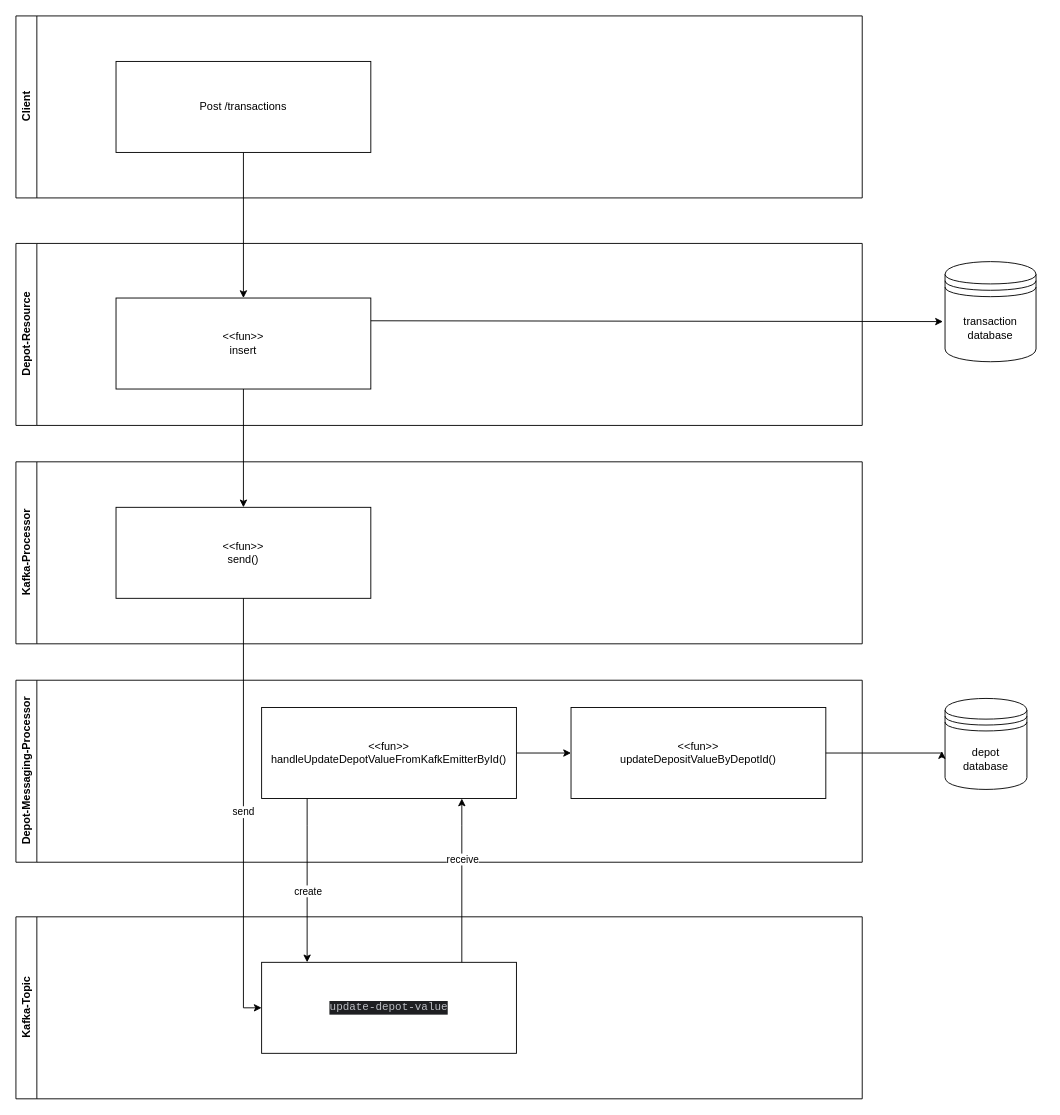
This is docs/diagrams/kafka-design-internal.drawio from FalcarDE/aurumbanking-backend, a draw.io file, before an edit. Source tidied: cells renumbered, new cells numbered last; positions are measured from the earlier drawing's top-left corner, leaving out a move shared by most shapes. Both pictures are drawn from the tidied source at 91%, with x=0, y=0 at pixel (15, 15).
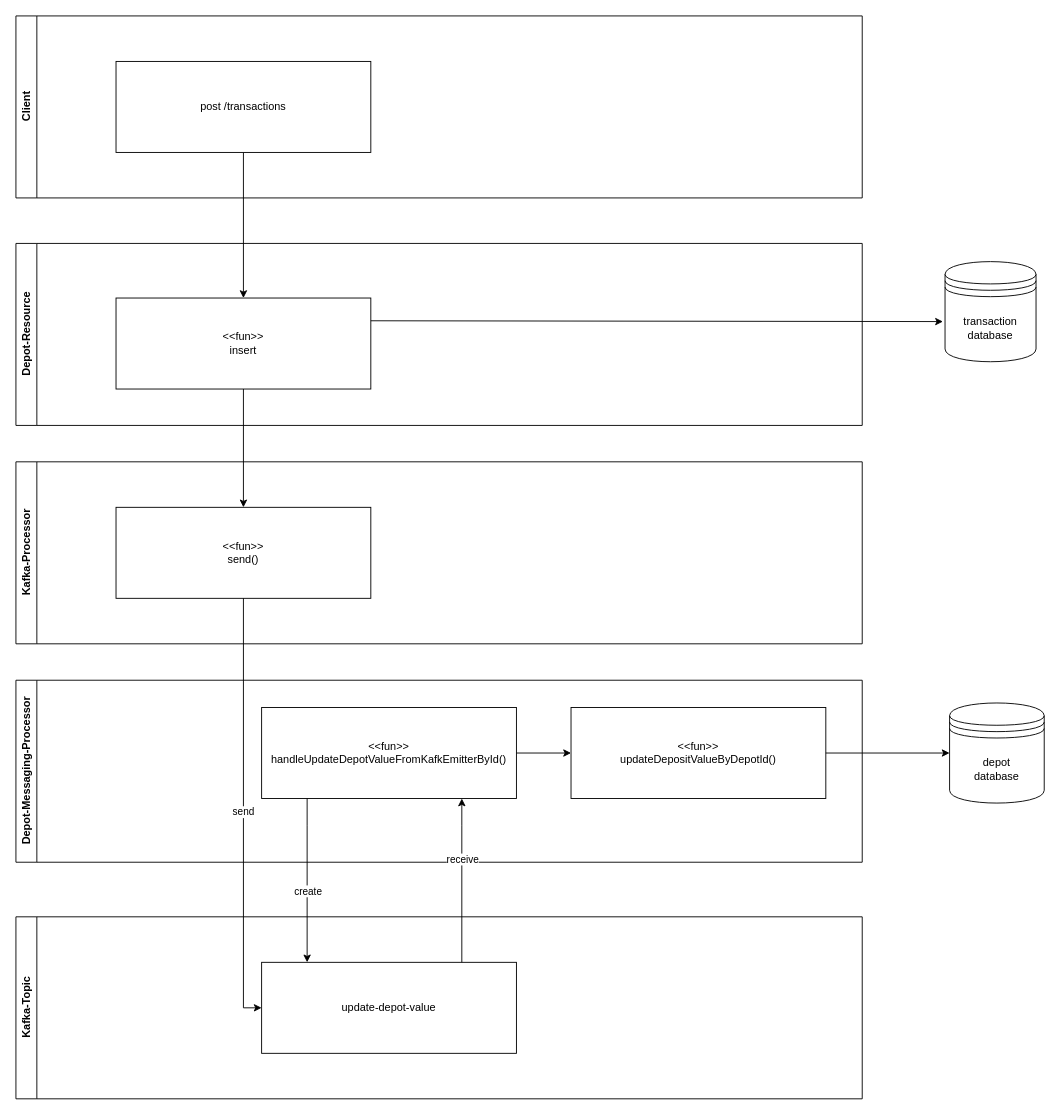
The same page after the edit.

Unchanged cells that the change refers to:
```xml
<mxCell id="5" value="Client" style="swimlane;horizontal=0;whiteSpace=wrap;html=1;" parent="1" vertex="1">
  <mxGeometry width="930" height="200" as="geometry" />
</mxCell>
<mxCell id="9" value="Kafka-Topic" style="swimlane;horizontal=0;whiteSpace=wrap;html=1;" parent="1" vertex="1">
  <mxGeometry y="990" width="930" height="200" as="geometry" />
</mxCell>
<mxCell id="18" value="&amp;lt;&amp;lt;fun&amp;gt;&amp;gt;&lt;br&gt;updateDepositValueByDepotId()" style="rounded=0;whiteSpace=wrap;html=1;" parent="15" vertex="1">
  <mxGeometry x="610" y="30" width="280" height="100" as="geometry" />
</mxCell>
```

The edit, as a diff of the source:
```diff
@@
-    <mxCell id="6" value="Post /transactions" style="rounded=0;whiteSpace=wrap;html=1;" parent="5" vertex="1">
+    <mxCell id="6" value="post /transactions" style="rounded=0;whiteSpace=wrap;html=1;" parent="5" vertex="1">
       <mxGeometry x="110" y="50" width="280" height="100" as="geometry" />
     </mxCell>
@@
-    <mxCell id="10" value="&lt;div style=&quot;background-color:#1e1f22;color:#bcbec4&quot;&gt;&lt;pre style=&quot;font-family:'JetBrains Mono',monospace;font-size:12,0pt;&quot;&gt;update-depot-value&lt;/pre&gt;&lt;/div&gt;" style="rounded=0;whiteSpace=wrap;html=1;" parent="9" vertex="1">
+    <mxCell id="10" value="&lt;div style=&quot;&quot;&gt;&lt;pre style=&quot;&quot;&gt;&lt;span style=&quot;background-color: rgb(255, 255, 255);&quot;&gt;&lt;font face=&quot;Helvetica&quot;&gt;update-depot-value&lt;/font&gt;&lt;/span&gt;&lt;/pre&gt;&lt;/div&gt;" style="rounded=0;whiteSpace=wrap;html=1;" parent="9" vertex="1">
       <mxGeometry x="270" y="50" width="280" height="100" as="geometry" />
     </mxCell>
@@
     <mxCell id="23" value="depot&lt;br&gt;database" style="shape=datastore;whiteSpace=wrap;html=1;" parent="1" vertex="1">
-      <mxGeometry x="1021" y="750" width="90" height="100" as="geometry" />
+      <mxGeometry x="1026" y="755" width="104" height="110" as="geometry" />
     </mxCell>
-    <mxCell id="24" style="edgeStyle=orthogonalEdgeStyle;rounded=0;jettySize=auto;html=1;entryX=-0.039;entryY=0.579;entryDx=0;entryDy=0;entryPerimeter=0;" parent="1" edge="1" source="18" target="23">
-      <mxGeometry relative="1" as="geometry">
-        <Array as="points">
-          <mxPoint x="1018" y="810" />
-        </Array>
-      </mxGeometry>
+    <mxCell id="24" style="edgeStyle=orthogonalEdgeStyle;rounded=0;jettySize=auto;html=1;entryX=0;entryY=0.5;entryDx=0;entryDy=0;" parent="1" edge="1" source="18" target="23">
+      <mxGeometry relative="1" as="geometry" />
     </mxCell>
```
